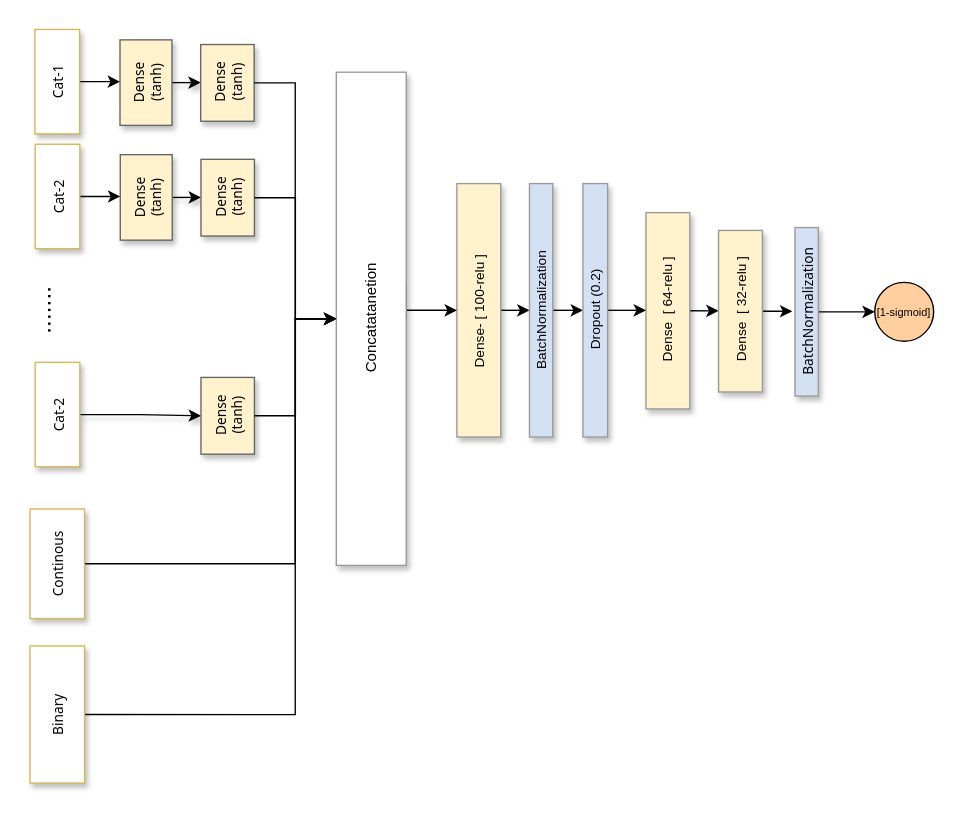
Before: EmbeddingMLP.drawio in faikozcan/MLFraud, a draw.io diagram. Source tidied: cells renumbered, new cells numbered last; positions are measured from the earlier drawing's top-left corner, leaving out a move shared by most shapes. Both pictures are drawn from the tidied source at 137%, with x=0, y=0 at pixel (21, 29).
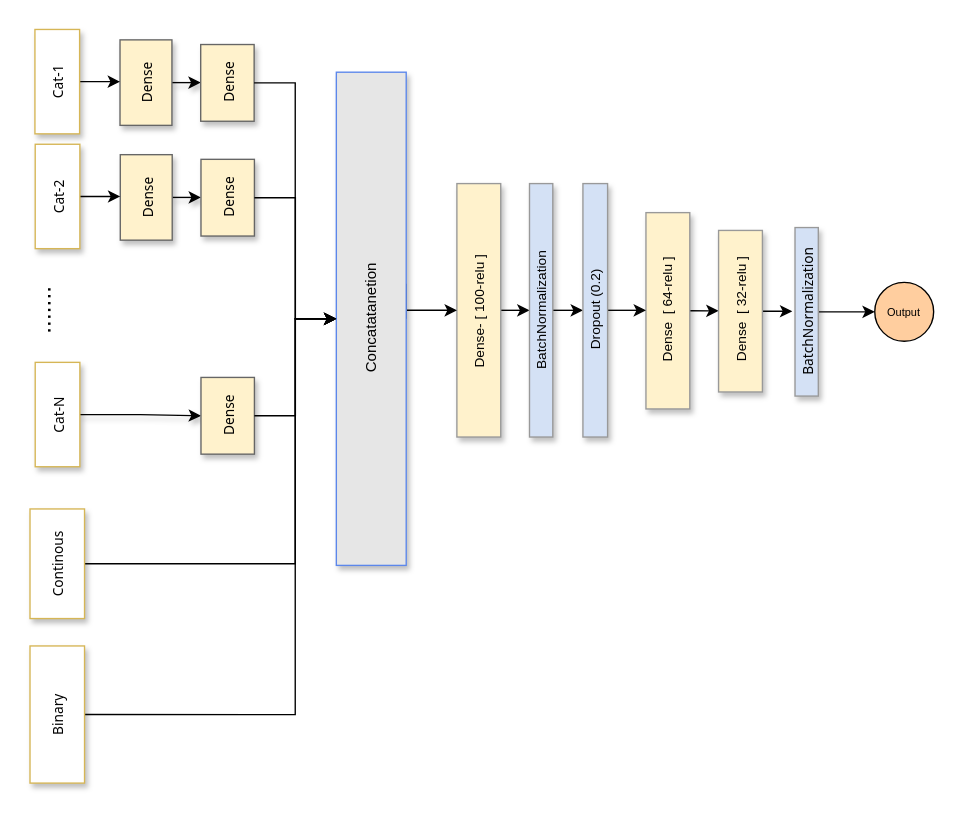
The same page after the edit.

The change refers to these unchanged cells:
```xml
<mxCell id="13" style="group;" parent="1" vertex="1">
  <mxGeometry x="10.2" y="83.8" width="170" height="76.2" as="geometry" />
</mxCell>
<mxCell id="28" style="group;" parent="1" vertex="1">
  <mxGeometry x="10" width="170" height="76.2" as="geometry" />
</mxCell>
<mxCell id="36" style="group;" parent="1" vertex="1">
  <mxGeometry x="10.2" y="243" width="170" height="76.2" as="geometry" />
</mxCell>
```

Diff of the diagram source:
```diff
@@
-    <mxCell id="11" value="&lt;font face=&quot;arial&quot; style=&quot;font-size: 11px;&quot;&gt;Concatatanetion&lt;/font&gt;" style="whiteSpace=wrap;html=1;shadow=1;fontSize=10;fillColor=#FFFFFF;strokeColor=#999999;horizontal=0;fontFamily=Tahoma;" parent="1" vertex="1">
+    <mxCell id="11" value="&lt;font face=&quot;arial&quot; style=&quot;font-size: 11px;&quot;&gt;Concatatanetion&lt;/font&gt;" style="whiteSpace=wrap;html=1;shadow=1;fontSize=10;fillColor=#E6E6E6;strokeColor=#5C87EB;horizontal=0;fontFamily=Tahoma;" parent="1" vertex="1">
       <mxGeometry x="230" y="31.2" width="51" height="360" as="geometry" />
     </mxCell>
@@
-    <mxCell id="15" value="Dense &lt;br&gt;(tanh)" style="whiteSpace=wrap;html=1;shadow=1;fontSize=10;fillColor=#FFF2CC;strokeColor=#666666;horizontal=0;fontFamily=Tahoma;" parent="13" vertex="1">
+    <mxCell id="15" value="Dense" style="whiteSpace=wrap;html=1;shadow=1;fontSize=10;fillColor=#FFF2CC;strokeColor=#666666;horizontal=0;fontFamily=Tahoma;" parent="13" vertex="1">
       <mxGeometry x="62.1" y="7.6" width="37.9" height="62.4" as="geometry" />
     </mxCell>
-    <mxCell id="16" value="Dense (tanh)" style="whiteSpace=wrap;html=1;shadow=1;fontSize=10;fillColor=#FFF2CC;strokeColor=#666666;horizontal=0;fontFamily=Tahoma;" parent="13" vertex="1">
+    <mxCell id="16" value="Dense" style="whiteSpace=wrap;html=1;shadow=1;fontSize=10;fillColor=#FFF2CC;strokeColor=#666666;horizontal=0;fontFamily=Tahoma;" parent="13" vertex="1">
       <mxGeometry x="121" y="11" width="39" height="56" as="geometry" />
     </mxCell>
@@
-    <mxCell id="19" value="&lt;font face=&quot;arial&quot; style=&quot;font-size: 8px;&quot;&gt;[1-sigmoid]&lt;/font&gt;" style="ellipse;whiteSpace=wrap;html=1;fillColor=#FFCE9F;strokeColor=#000000;" parent="1" vertex="1">
+    <mxCell id="19" value="&lt;font face=&quot;arial&quot; style=&quot;font-size: 8px;&quot;&gt;Output&lt;br&gt;&lt;/font&gt;" style="ellipse;whiteSpace=wrap;html=1;fillColor=#FFCE9F;strokeColor=#000000;" parent="1" vertex="1">
       <mxGeometry x="623" y="184.6" width="43" height="43" as="geometry" />
     </mxCell>
@@
-    <mxCell id="30" value="Dense &lt;br&gt;(tanh)" style="whiteSpace=wrap;html=1;shadow=1;fontSize=10;fillColor=#FFF2CC;strokeColor=#666666;horizontal=0;fontFamily=Tahoma;" parent="28" vertex="1">
+    <mxCell id="30" value="Dense &lt;br&gt;" style="whiteSpace=wrap;html=1;shadow=1;fontSize=10;fillColor=#FFF2CC;strokeColor=#666666;horizontal=0;fontFamily=Tahoma;" parent="28" vertex="1">
       <mxGeometry x="62.1" y="7.6" width="37.9" height="62.4" as="geometry" />
     </mxCell>
-    <mxCell id="31" value="Dense (tanh)" style="whiteSpace=wrap;html=1;shadow=1;fontSize=10;fillColor=#FFF2CC;strokeColor=#666666;horizontal=0;fontFamily=Tahoma;" parent="28" vertex="1">
+    <mxCell id="31" value="Dense" style="whiteSpace=wrap;html=1;shadow=1;fontSize=10;fillColor=#FFF2CC;strokeColor=#666666;horizontal=0;fontFamily=Tahoma;" parent="28" vertex="1">
       <mxGeometry x="121" y="11" width="39" height="56" as="geometry" />
     </mxCell>
@@
-    <mxCell id="38" value="Dense (tanh)" style="whiteSpace=wrap;html=1;shadow=1;fontSize=10;fillColor=#FFF2CC;strokeColor=#666666;horizontal=0;fontFamily=Tahoma;" parent="36" vertex="1">
+    <mxCell id="38" value="Dense" style="whiteSpace=wrap;html=1;shadow=1;fontSize=10;fillColor=#FFF2CC;strokeColor=#666666;horizontal=0;fontFamily=Tahoma;" parent="36" vertex="1">
       <mxGeometry x="121" y="11" width="39" height="56" as="geometry" />
     </mxCell>
-    <mxCell id="39" value="Cat-2" style="whiteSpace=wrap;html=1;shadow=1;fontSize=10;fillColor=#FFFFFF;strokeColor=#d6b656;horizontal=0;fontFamily=Tahoma;" parent="36" vertex="1">
+    <mxCell id="39" value="Cat-N" style="whiteSpace=wrap;html=1;shadow=1;fontSize=10;fillColor=#FFFFFF;strokeColor=#d6b656;horizontal=0;fontFamily=Tahoma;" parent="36" vertex="1">
       <mxGeometry width="32.6" height="76.2" as="geometry" />
     </mxCell>
```
